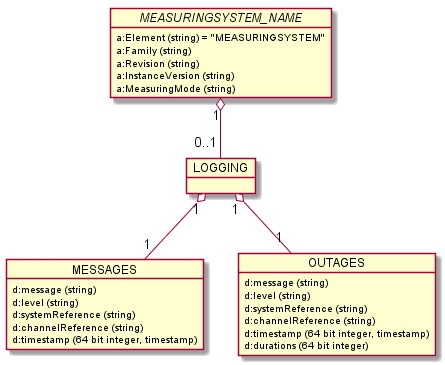
The PlantUML diagram images/generated/RCM_DX_Logging_overview.png in OpenRailAssociation/rcm-dx, before a commit.
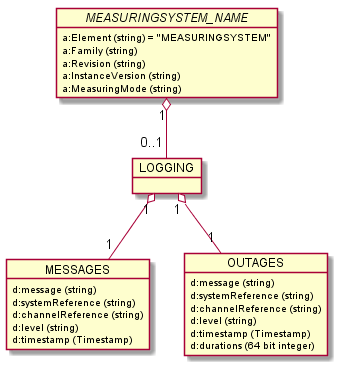
After the change.

What changed in the source:
```diff
@@ -12,18 +12,18 @@
 
   object MESSAGES {
     d:message (string)
-    d:level (string)
     d:systemReference (string)
     d:channelReference (string)
-    d:timestamp (64 bit integer, timestamp)
+    d:level (string)
+    d:timestamp (Timestamp)
   }
 
   object OUTAGES {
     d:message (string)
-    d:level (string)
     d:systemReference (string)
     d:channelReference (string)
-    d:timestamp (64 bit integer, timestamp)
+    d:level (string)
+    d:timestamp (Timestamp)
     d:durations (64 bit integer)
   }
 
```
